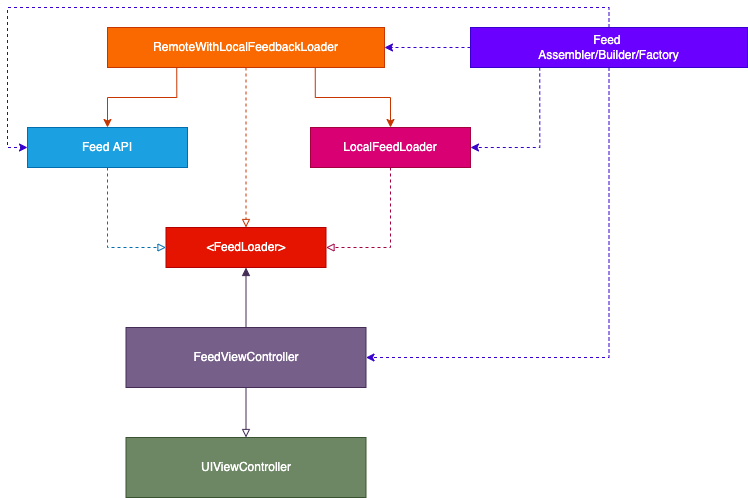
sebspi/essential-feed-case-study keeps this draw.io diagram as architecture.png. Above is the earlier version. Source tidied: cells renumbered, new cells last; positions are measured from the earlier drawing's top-left corner, leaving out a move shared by most shapes.
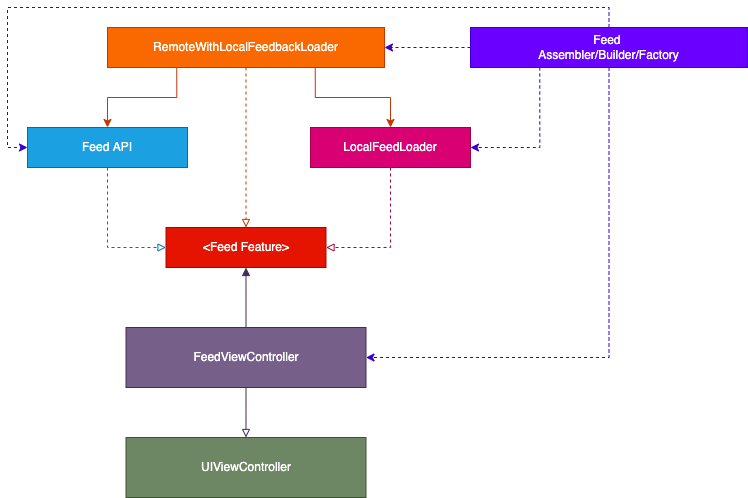
Later version of the same file.

Commit message:
Updated architecture diagram

What changed in the source:
```diff
@@ -26,7 +26,7 @@
     <mxCell id="9" value="Feed API" style="rounded=0;whiteSpace=wrap;html=1;fillColor=#1ba1e2;strokeColor=#006EAF;fontColor=#ffffff;" parent="1" vertex="1">
       <mxGeometry y="100" width="160" height="40" as="geometry" />
     </mxCell>
-    <mxCell id="10" value="&amp;lt;FeedLoader&amp;gt;" style="rounded=0;whiteSpace=wrap;html=1;fillColor=#e51400;strokeColor=#B20000;fontColor=#ffffff;" parent="1" vertex="1">
+    <mxCell id="10" value="&amp;lt;Feed Feature&amp;gt;" style="rounded=0;whiteSpace=wrap;html=1;fillColor=#e51400;strokeColor=#B20000;fontColor=#ffffff;" parent="1" vertex="1">
       <mxGeometry x="138.5" y="200" width="160" height="40" as="geometry" />
     </mxCell>
     <mxCell id="11" style="edgeStyle=orthogonalEdgeStyle;rounded=0;jettySize=auto;html=1;exitX=0.25;exitY=1;exitDx=0;exitDy=0;entryX=0.5;entryY=0;entryDx=0;entryDy=0;fontColor=#FFFFFF;fillColor=#fa6800;strokeColor=#C73500;" parent="1" edge="1" source="14" target="9">
```
